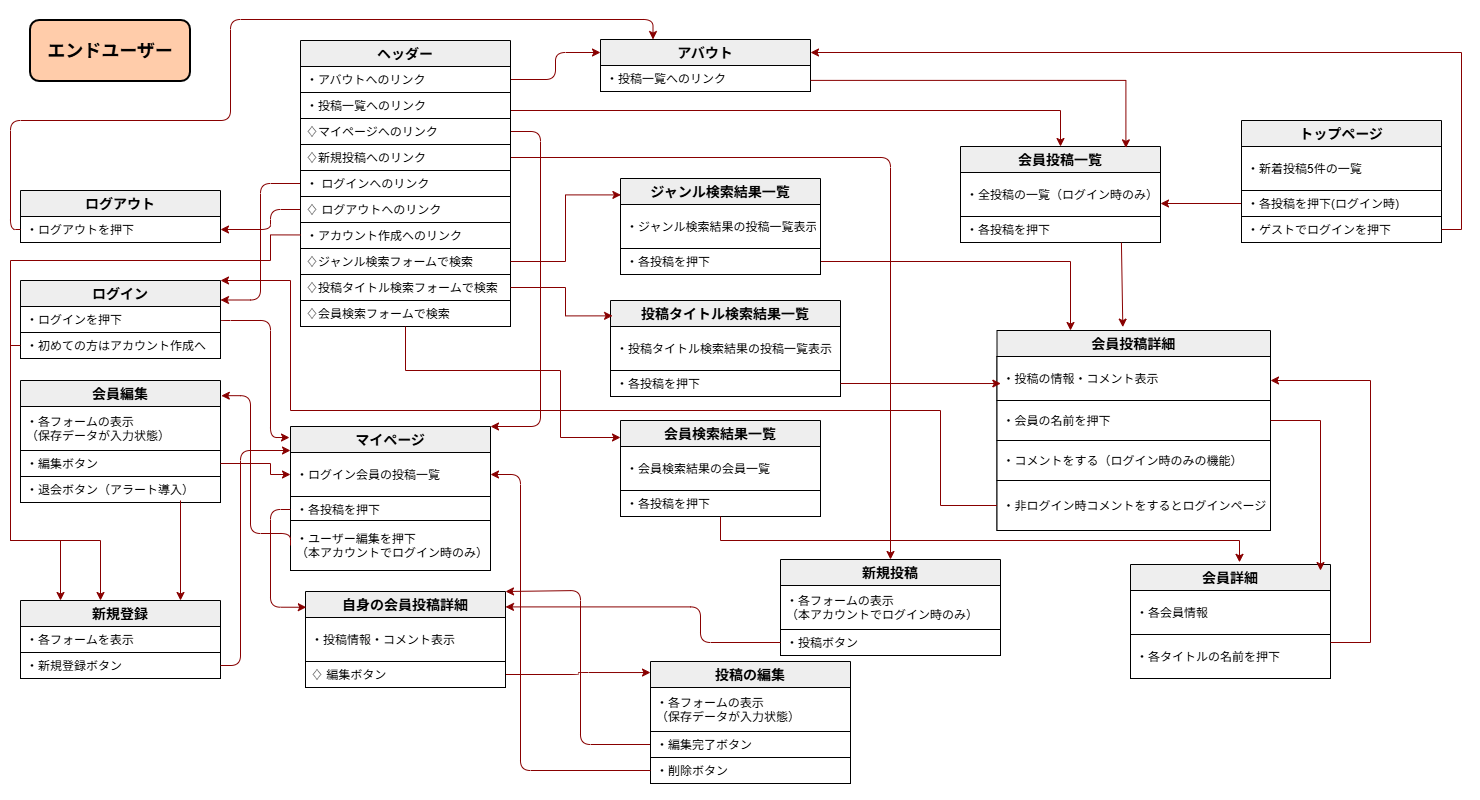
Before: docs/images/UIFlows_ユーザー.drawio.png, a diagram exported from draw.io (zassi-17/GATS). Source tidied: cells renumbered, new cells last; positions are measured from the earlier drawing's top-left corner, leaving out a move shared by most shapes.
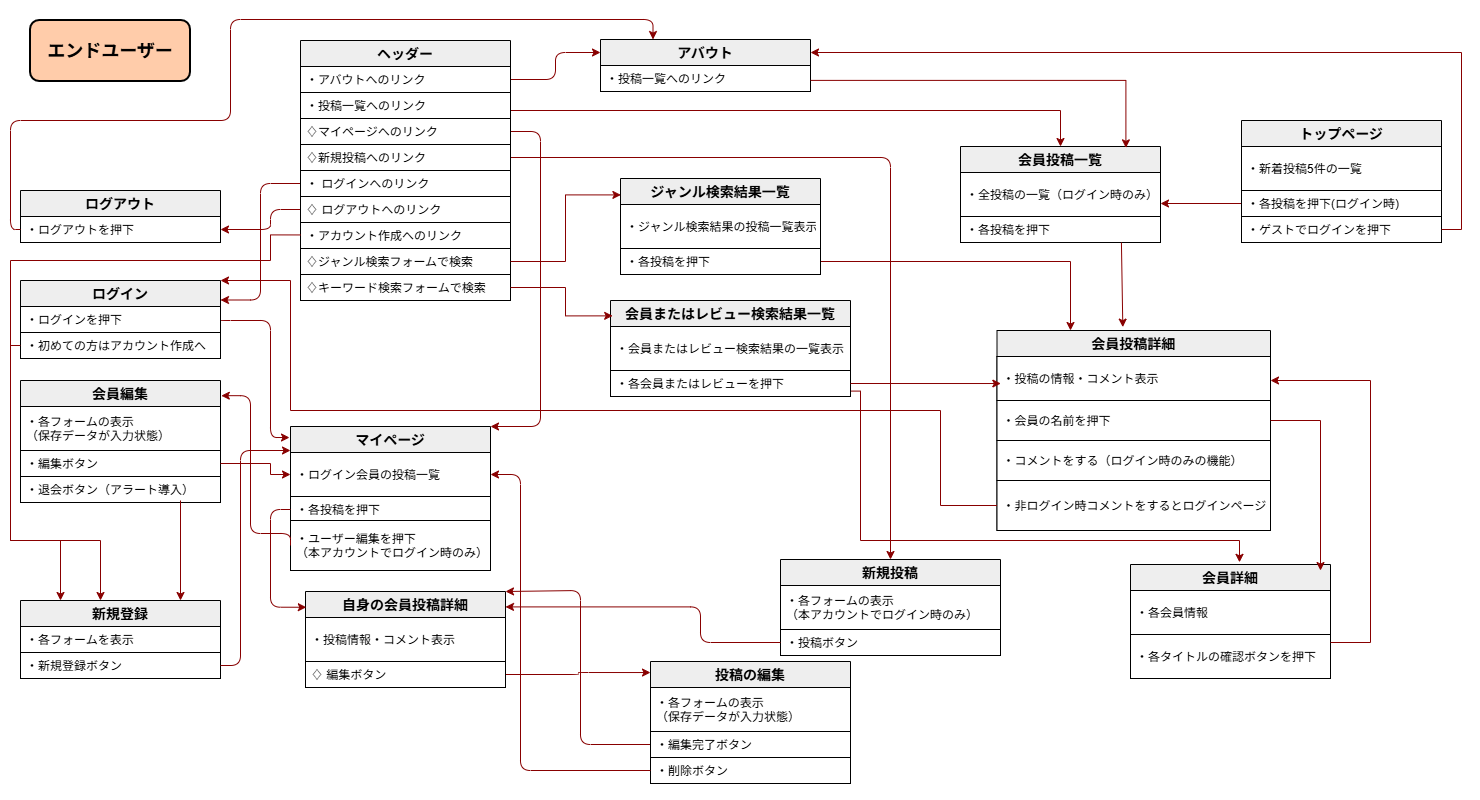
Above is the later version.

Diff of the diagram source:
```diff
@@ -171,7 +171,7 @@
     <mxCell id="41" value="・各会員情報" style="text;align=left;verticalAlign=middle;spacingLeft=4;spacingRight=4;overflow=hidden;fillColor=#ffffff;strokeColor=#000000;" parent="40" vertex="1">
       <mxGeometry y="26" width="200" height="44" as="geometry" />
     </mxCell>
-    <mxCell id="42" value="・各タイトルの名前を押下" style="text;align=left;verticalAlign=middle;spacingLeft=4;spacingRight=4;overflow=hidden;points=[[0,0.5],[1,0.5]];portConstraint=eastwest;fillColor=#ffffff;strokeColor=#000000;" parent="40" vertex="1">
+    <mxCell id="42" value="・各タイトルの確認ボタンを押下" style="text;align=left;verticalAlign=middle;spacingLeft=4;spacingRight=4;overflow=hidden;points=[[0,0.5],[1,0.5]];portConstraint=eastwest;fillColor=#ffffff;strokeColor=#000000;" parent="40" vertex="1">
       <mxGeometry y="70" width="200" height="44" as="geometry" />
     </mxCell>
     <mxCell id="43" style="group;" parent="1" vertex="1">
@@ -316,37 +316,26 @@
     <mxCell id="79" value="♢ジャンル検索フォームで検索" style="text;align=left;verticalAlign=middle;spacingLeft=4;spacingRight=4;overflow=hidden;points=[[0,0.5],[1,0.5]];portConstraint=eastwest;fillColor=#ffffff;strokeColor=#000000;" parent="1" vertex="1">
       <mxGeometry x="300" y="248" width="210" height="26" as="geometry" />
     </mxCell>
-    <mxCell id="80" value="♢投稿タイトル検索フォームで検索" style="text;align=left;verticalAlign=middle;spacingLeft=4;spacingRight=4;overflow=hidden;points=[[0,0.5],[1,0.5]];portConstraint=eastwest;fillColor=#ffffff;strokeColor=#000000;" parent="1" vertex="1">
+    <mxCell id="80" value="♢キーワード検索フォームで検索" style="text;align=left;verticalAlign=middle;spacingLeft=4;spacingRight=4;overflow=hidden;points=[[0,0.5],[1,0.5]];portConstraint=eastwest;fillColor=#ffffff;strokeColor=#000000;" parent="1" vertex="1">
       <mxGeometry x="300" y="274" width="210" height="26" as="geometry" />
     </mxCell>
     <mxCell id="81" style="edgeStyle=orthogonalEdgeStyle;rounded=0;orthogonalLoop=1;jettySize=auto;html=1;exitX=1;exitY=0.5;exitDx=0;exitDy=0;" parent="1" edge="1" source="74" target="74">
       <mxGeometry relative="1" as="geometry" />
     </mxCell>
-    <mxCell id="82" value="♢会員検索フォームで検索" style="text;align=left;verticalAlign=middle;spacingLeft=4;spacingRight=4;overflow=hidden;points=[[0,0.5],[1,0.5]];portConstraint=eastwest;fillColor=#ffffff;strokeColor=#000000;" parent="1" vertex="1">
-      <mxGeometry x="300" y="300" width="210" height="26" as="geometry" />
-    </mxCell>
-    <mxCell id="83" value="投稿タイトル検索結果一覧" style="swimlane;fontStyle=1;horizontal=1;startSize=26;strokeColor=#000000;strokeWidth=1;fillColor=#eee;fontSize=14;" parent="1" vertex="1">
-      <mxGeometry x="610" y="300" width="230" height="96" as="geometry" />
+    <mxCell id="83" value="会員またはレビュー検索結果一覧" style="swimlane;fontStyle=1;horizontal=1;startSize=26;strokeColor=#000000;strokeWidth=1;fillColor=#eee;fontSize=14;" parent="1" vertex="1">
+      <mxGeometry x="610" y="300" width="240" height="96" as="geometry" />
     </mxCell>
-    <mxCell id="84" value="・投稿タイトル検索結果の投稿一覧表示" style="text;align=left;verticalAlign=middle;spacingLeft=4;spacingRight=4;overflow=hidden;fillColor=#ffffff;strokeColor=#000000;" parent="83" vertex="1">
-      <mxGeometry y="26" width="230" height="44" as="geometry" />
+    <mxCell id="84" value="・会員またはレビュー検索結果の一覧表示" style="text;align=left;verticalAlign=middle;spacingLeft=4;spacingRight=4;overflow=hidden;fillColor=#ffffff;strokeColor=#000000;" parent="83" vertex="1">
+      <mxGeometry y="26" width="240" height="44" as="geometry" />
     </mxCell>
-    <mxCell id="85" value="・各投稿を押下" style="text;align=left;verticalAlign=middle;spacingLeft=4;spacingRight=4;overflow=hidden;points=[[0,0.5],[1,0.5]];portConstraint=eastwest;fillColor=#ffffff;strokeColor=#000000;fontColor=#000000;" parent="83" vertex="1">
-      <mxGeometry y="70" width="230" height="26" as="geometry" />
+    <mxCell id="85" value="・各会員またはレビューを押下" style="text;align=left;verticalAlign=middle;spacingLeft=4;spacingRight=4;overflow=hidden;points=[[0,0.5],[1,0.5]];portConstraint=eastwest;fillColor=#ffffff;strokeColor=#000000;fontColor=#000000;" parent="83" vertex="1">
+      <mxGeometry y="70" width="240" height="26" as="geometry" />
     </mxCell>
-    <mxCell id="86" value="会員検索結果一覧" style="swimlane;fontStyle=1;horizontal=1;startSize=26;strokeColor=#000000;strokeWidth=1;fillColor=#eee;fontSize=14;" parent="1" vertex="1">
-      <mxGeometry x="620" y="420" width="200" height="96" as="geometry" />
-    </mxCell>
-    <mxCell id="87" value="・会員検索結果の会員一覧" style="text;align=left;verticalAlign=middle;spacingLeft=4;spacingRight=4;overflow=hidden;fillColor=#ffffff;strokeColor=#000000;" parent="86" vertex="1">
-      <mxGeometry y="26" width="200" height="44" as="geometry" />
-    </mxCell>
-    <mxCell id="88" value="・各投稿を押下" style="text;align=left;verticalAlign=middle;spacingLeft=4;spacingRight=4;overflow=hidden;fillColor=#ffffff;strokeColor=#000000;fontColor=#000000;" parent="86" vertex="1">
-      <mxGeometry y="70" width="200" height="26" as="geometry" />
-    </mxCell>
-    <mxCell id="89" style="edgeStyle=orthogonalEdgeStyle;rounded=0;jettySize=auto;html=1;exitX=0.5;exitY=1;exitDx=0;exitDy=0;entryX=0.545;entryY=-0.019;entryDx=0;entryDy=0;strokeColor=#880000;entryPerimeter=0;" parent="1" edge="1" source="86" target="40">
+    <mxCell id="89" style="edgeStyle=orthogonalEdgeStyle;rounded=0;jettySize=auto;html=1;exitX=1.002;exitY=0.792;exitDx=0;exitDy=0;entryX=0.545;entryY=-0.019;entryDx=0;entryDy=0;strokeColor=#880000;entryPerimeter=0;exitPerimeter=0;" parent="1" edge="1" source="85" target="40">
       <mxGeometry relative="1" as="geometry">
         <Array as="points">
-          <mxPoint x="720" y="540" />
+          <mxPoint x="860" y="391" />
+          <mxPoint x="860" y="540" />
           <mxPoint x="1239" y="540" />
         </Array>
       </mxGeometry>
@@ -362,16 +351,6 @@
         </Array>
       </mxGeometry>
     </mxCell>
-    <mxCell id="92" style="edgeStyle=orthogonalEdgeStyle;rounded=0;jettySize=auto;html=1;strokeColor=#880000;" parent="1" edge="1" source="82">
-      <mxGeometry relative="1" as="geometry">
-        <mxPoint x="620" y="437" as="targetPoint" />
-        <Array as="points">
-          <mxPoint x="405" y="370" />
-          <mxPoint x="560" y="370" />
-          <mxPoint x="560" y="437" />
-        </Array>
-      </mxGeometry>
-    </mxCell>
     <mxCell id="93" style="edgeStyle=orthogonalEdgeStyle;rounded=0;jettySize=auto;html=1;exitX=1;exitY=0.5;exitDx=0;exitDy=0;entryX=0;entryY=0.5;entryDx=0;entryDy=0;strokeColor=#880000;" parent="1" edge="1" source="47" target="5">
       <mxGeometry relative="1" as="geometry">
         <Array as="points">
```
